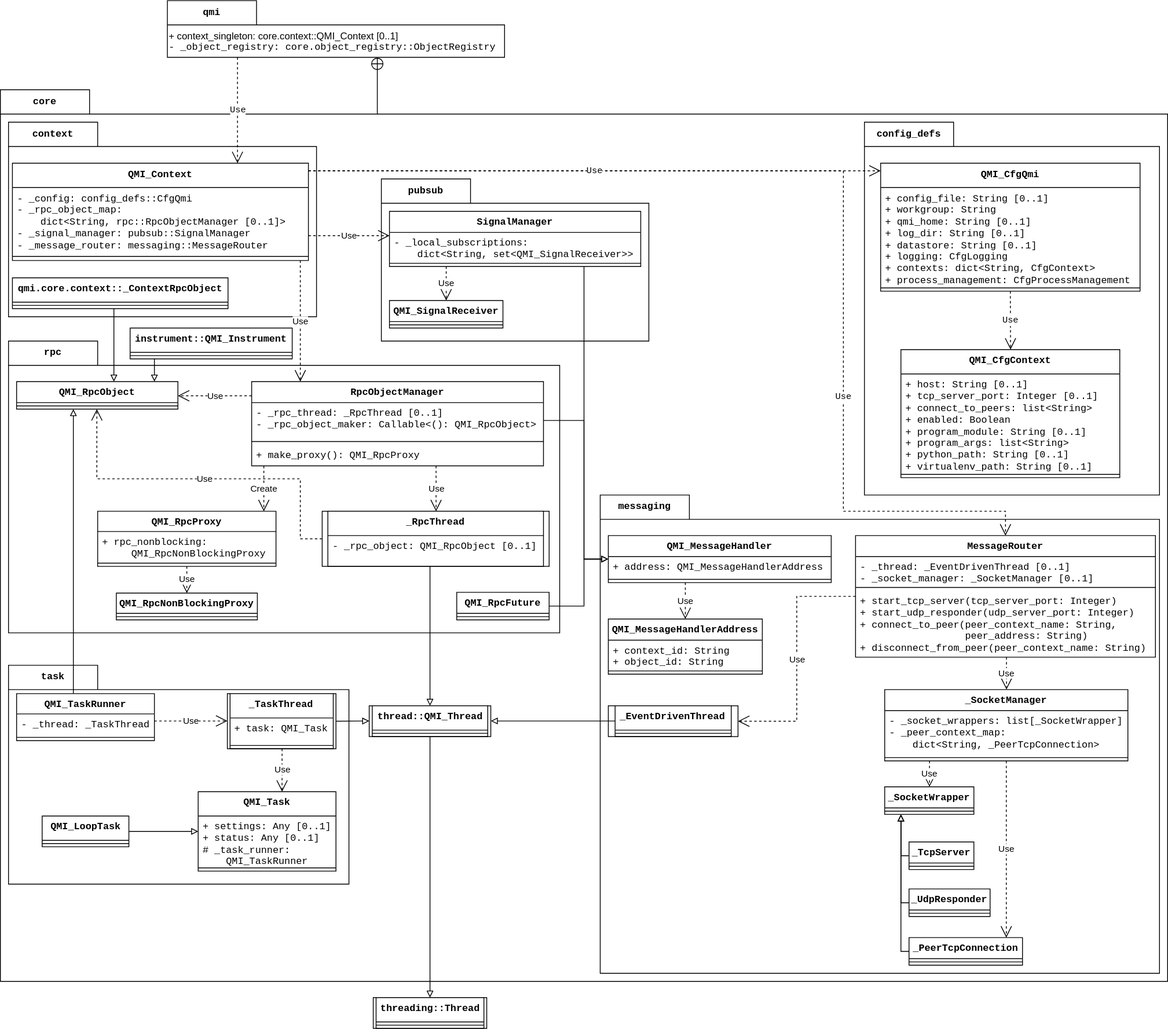
QuTech-Delft/QMI keeps this draw.io diagram as documentation/sphinx/source/images/class_diagram_main.drawio.svg. Above is the earlier version. Source tidied: cells renumbered, new cells last; positions are measured from the earlier drawing's top-left corner, leaving out a move shared by most shapes.
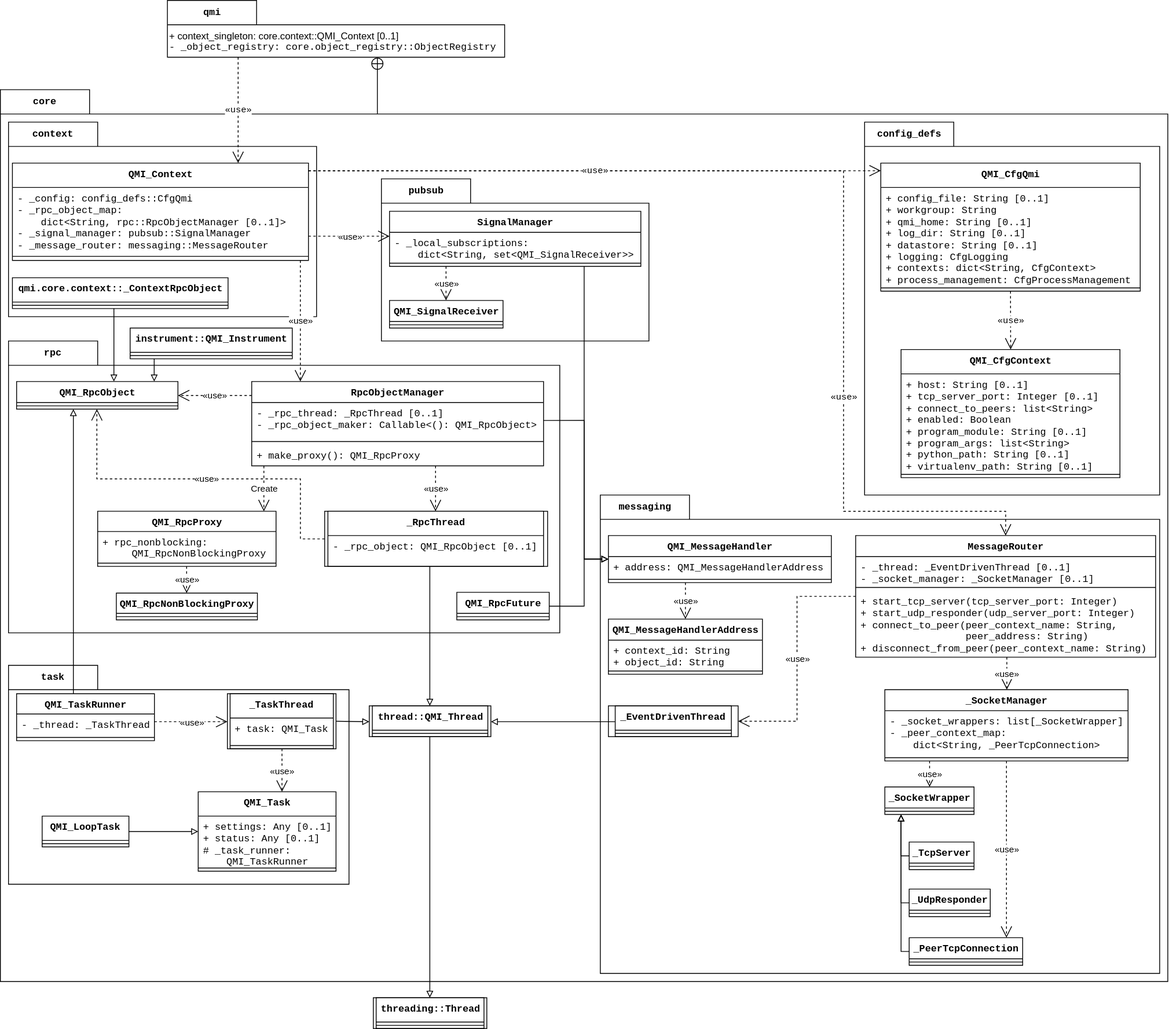
After the commit.

The edit, as a diff of the source:
```diff
@@ -76,7 +76,7 @@
       </mxGeometry>
     </mxCell>
     <mxCell id="20" value="Classes" parent="0" />
-    <mxCell id="21" value="Use" style="endArrow=open;endSize=12;dashed=1;html=1;rounded=0;edgeStyle=elbowEdgeStyle;fontFamily=Courier New;" parent="20" edge="1" source="5" target="84">
+    <mxCell id="21" value="«use»" style="endArrow=open;endSize=12;dashed=1;html=1;rounded=0;edgeStyle=elbowEdgeStyle;fontFamily=Courier New;" parent="20" edge="1" source="5" target="84">
       <mxGeometry relative="1" as="geometry" />
     </mxCell>
     <mxCell id="22" value="&lt;div&gt;QMI_RpcObject&lt;/div&gt;" style="swimlane;fontStyle=1;align=center;verticalAlign=top;horizontal=1;startSize=26;whiteSpace=wrap;html=1;fontFamily=Courier New;" parent="20" vertex="1">
@@ -267,7 +267,7 @@
     <mxCell id="82" style="line;strokeWidth=1;fillColor=none;align=left;verticalAlign=middle;spacingTop=-1;spacingLeft=3;spacingRight=3;labelPosition=right;strokeColor=inherit;html=1;fontFamily=Courier New;" parent="80" vertex="1">
       <mxGeometry y="150" width="270" height="8" as="geometry" />
     </mxCell>
-    <mxCell id="83" value="Use" style="endArrow=open;endSize=12;dashed=1;html=1;rounded=0;exitX=0.5;exitY=1;exitDx=0;exitDy=0;edgeStyle=elbowEdgeStyle;fontFamily=Courier New;" parent="76" edge="1" source="77" target="80">
+    <mxCell id="83" value="«use»" style="endArrow=open;endSize=12;dashed=1;html=1;rounded=0;exitX=0.5;exitY=1;exitDx=0;exitDy=0;edgeStyle=elbowEdgeStyle;fontFamily=Courier New;" parent="76" edge="1" source="77" target="80">
       <mxGeometry relative="1" as="geometry" />
     </mxCell>
     <mxCell id="84" value="&lt;div&gt;QMI_Context&lt;/div&gt;" style="swimlane;fontStyle=1;align=center;verticalAlign=top;horizontal=1;startSize=30;whiteSpace=wrap;html=1;fontFamily=Courier New;" parent="20" vertex="1">
@@ -297,20 +297,20 @@
     <mxCell id="92" value="+ make_proxy(): QMI_RpcProxy" style="text;strokeColor=none;fillColor=none;align=left;verticalAlign=top;spacingLeft=4;spacingRight=4;overflow=hidden;whiteSpace=wrap;html=1;fontFamily=Courier New;" parent="89" vertex="1">
       <mxGeometry y="78" width="360" height="26" as="geometry" />
     </mxCell>
-    <mxCell id="93" value="Use" style="endArrow=open;endSize=12;dashed=1;html=1;rounded=0;edgeStyle=elbowEdgeStyle;" parent="20" edge="1" source="89" target="98">
+    <mxCell id="93" value="«use»" style="endArrow=open;endSize=12;dashed=1;html=1;rounded=0;edgeStyle=elbowEdgeStyle;" parent="20" edge="1" source="89" target="98">
       <mxGeometry relative="1" as="geometry" />
     </mxCell>
-    <mxCell id="94" value="Use" style="endArrow=open;endSize=12;dashed=1;html=1;rounded=0;edgeStyle=elbowEdgeStyle;elbow=vertical;" parent="20" edge="1" source="89" target="22">
+    <mxCell id="94" value="«use»" style="endArrow=open;endSize=12;dashed=1;html=1;rounded=0;edgeStyle=elbowEdgeStyle;elbow=vertical;" parent="20" edge="1" source="89" target="22">
       <mxGeometry relative="1" as="geometry" />
     </mxCell>
     <mxCell id="95" style="group;" parent="20" vertex="1">
       <mxGeometry x="397" y="630" width="280" height="68" as="geometry" />
     </mxCell>
     <mxCell id="96" style="group;" parent="95" vertex="1">
-      <mxGeometry width="280" height="68" as="geometry" />
+      <mxGeometry x="3" width="275" height="68" as="geometry" />
     </mxCell>
     <mxCell id="97" style="rounded=0;whiteSpace=wrap;html=1;" parent="96" vertex="1">
-      <mxGeometry width="280" height="68" as="geometry" />
+      <mxGeometry width="275" height="68" as="geometry" />
     </mxCell>
     <mxCell id="98" value="&lt;div&gt;_RpcThread&lt;/div&gt;" style="swimlane;fontStyle=1;align=center;verticalAlign=top;horizontal=1;startSize=30;whiteSpace=wrap;html=1;fontFamily=Courier New;perimeter=rectanglePerimeter;" parent="95" vertex="1">
       <mxGeometry x="7" width="266" height="68" as="geometry" />
@@ -324,10 +324,10 @@
     <mxCell id="101" value="Create" style="endArrow=open;endSize=12;dashed=1;html=1;rounded=0;edgeStyle=elbowEdgeStyle;" parent="20" edge="1" source="89" target="26">
       <mxGeometry relative="1" as="geometry" />
     </mxCell>
-    <mxCell id="102" value="Use" style="endArrow=open;endSize=12;dashed=1;html=1;rounded=0;edgeStyle=elbowEdgeStyle;" parent="20" edge="1" source="26" target="29">
+    <mxCell id="102" value="«use»" style="endArrow=open;endSize=12;dashed=1;html=1;rounded=0;edgeStyle=elbowEdgeStyle;" parent="20" edge="1" source="26" target="29">
       <mxGeometry relative="1" as="geometry" />
     </mxCell>
-    <mxCell id="103" value="Use" style="endArrow=open;endSize=12;dashed=1;html=1;rounded=0;edgeStyle=orthogonalEdgeStyle;" parent="20" edge="1" source="97" target="22">
+    <mxCell id="103" value="«use»" style="endArrow=open;endSize=12;dashed=1;html=1;rounded=0;edgeStyle=orthogonalEdgeStyle;" parent="20" edge="1" source="97" target="22">
       <mxGeometry relative="1" as="geometry">
         <Array as="points">
           <mxPoint x="370" y="664" />
@@ -336,20 +336,20 @@
         </Array>
       </mxGeometry>
     </mxCell>
-    <mxCell id="104" value="Use" style="endArrow=open;endSize=12;dashed=1;html=1;rounded=0;edgeStyle=elbowEdgeStyle;" parent="20" edge="1" source="84" target="89">
+    <mxCell id="104" value="«use»" style="endArrow=open;endSize=12;dashed=1;html=1;rounded=0;edgeStyle=elbowEdgeStyle;" parent="20" edge="1" source="84" target="89">
       <mxGeometry relative="1" as="geometry">
         <Array as="points">
           <mxPoint x="370" y="395" />
         </Array>
       </mxGeometry>
     </mxCell>
-    <mxCell id="105" value="Use" style="endArrow=open;endSize=12;dashed=1;html=1;rounded=0;edgeStyle=elbowEdgeStyle;" parent="20" edge="1" source="48" target="51">
+    <mxCell id="105" value="«use»" style="endArrow=open;endSize=12;dashed=1;html=1;rounded=0;edgeStyle=elbowEdgeStyle;" parent="20" edge="1" source="48" target="51">
       <mxGeometry relative="1" as="geometry" />
     </mxCell>
-    <mxCell id="106" value="Use" style="endArrow=open;endSize=12;dashed=1;html=1;rounded=0;edgeStyle=elbowEdgeStyle;elbow=vertical;" parent="20" edge="1" source="84" target="48">
+    <mxCell id="106" value="«use»" style="endArrow=open;endSize=12;dashed=1;html=1;rounded=0;edgeStyle=elbowEdgeStyle;elbow=vertical;" parent="20" edge="1" source="84" target="48">
       <mxGeometry relative="1" as="geometry" />
     </mxCell>
-    <mxCell id="107" value="Use" style="endArrow=open;endSize=12;dashed=1;html=1;rounded=0;edgeStyle=elbowEdgeStyle;" parent="20" edge="1" source="68" target="71">
+    <mxCell id="107" value="«use»" style="endArrow=open;endSize=12;dashed=1;html=1;rounded=0;edgeStyle=elbowEdgeStyle;" parent="20" edge="1" source="68" target="71">
       <mxGeometry relative="1" as="geometry" />
     </mxCell>
     <mxCell id="108" style="endArrow=block;html=1;endFill=0;edgeStyle=orthogonalEdgeStyle;elbow=vertical;rounded=0;entryX=0;entryY=0.5;entryDx=0;entryDy=0;exitX=1;exitY=0.5;exitDx=0;exitDy=0;" parent="20" edge="1" source="74" target="68">
@@ -375,7 +375,7 @@
         </Array>
       </mxGeometry>
     </mxCell>
-    <mxCell id="111" value="Use" style="endArrow=open;endSize=12;dashed=1;html=1;rounded=0;edgeStyle=orthogonalEdgeStyle;fontFamily=Courier New;elbow=vertical;entryX=0.5;entryY=0;entryDx=0;entryDy=0;" parent="20" edge="1" source="84" target="53">
+    <mxCell id="111" value="«use»" style="endArrow=open;endSize=12;dashed=1;html=1;rounded=0;edgeStyle=orthogonalEdgeStyle;fontFamily=Courier New;elbow=vertical;entryX=0.5;entryY=0;entryDx=0;entryDy=0;" parent="20" edge="1" source="84" target="53">
       <mxGeometry x="0.43" relative="1" as="geometry">
         <Array as="points">
           <mxPoint x="1040" y="210" />
@@ -384,7 +384,7 @@
         </Array>
       </mxGeometry>
     </mxCell>
-    <mxCell id="112" value="Use" style="endArrow=open;endSize=12;dashed=1;html=1;rounded=0;edgeStyle=elbowEdgeStyle;fontFamily=Courier New;elbow=vertical;" parent="20" edge="1" source="84" target="77">
+    <mxCell id="112" value="«use»" style="endArrow=open;endSize=12;dashed=1;html=1;rounded=0;edgeStyle=elbowEdgeStyle;fontFamily=Courier New;elbow=vertical;" parent="20" edge="1" source="84" target="77">
       <mxGeometry relative="1" as="geometry">
         <Array as="points">
           <mxPoint x="636" y="210" />
@@ -403,7 +403,7 @@
     <mxCell id="116" style="line;strokeWidth=1;fillColor=none;align=left;verticalAlign=middle;spacingTop=-1;spacingLeft=3;spacingRight=3;labelPosition=right;strokeColor=inherit;html=1;fontFamily=Courier New;" parent="115" vertex="1">
       <mxGeometry y="30" width="143.2" height="8" as="geometry" />
     </mxCell>
-    <mxCell id="117" value="Use" style="endArrow=open;endSize=12;dashed=1;html=1;rounded=0;edgeStyle=elbowEdgeStyle;entryX=1;entryY=0.5;entryDx=0;entryDy=0;" parent="20" edge="1" source="53" target="114">
+    <mxCell id="117" value="«use»" style="endArrow=open;endSize=12;dashed=1;html=1;rounded=0;edgeStyle=elbowEdgeStyle;entryX=1;entryY=0.5;entryDx=0;entryDy=0;" parent="20" edge="1" source="53" target="114">
       <mxGeometry relative="1" as="geometry" />
     </mxCell>
     <mxCell id="118" style="endArrow=block;html=1;endFill=0;edgeStyle=elbowEdgeStyle;rounded=0;" parent="20" edge="1" source="64" target="60">
@@ -427,17 +427,17 @@
         </Array>
       </mxGeometry>
     </mxCell>
-    <mxCell id="121" value="Use" style="endArrow=open;endSize=12;dashed=1;html=1;rounded=0;edgeStyle=elbowEdgeStyle;" parent="20" edge="1" source="57" target="60">
+    <mxCell id="121" value="«use»" style="endArrow=open;endSize=12;dashed=1;html=1;rounded=0;edgeStyle=elbowEdgeStyle;" parent="20" edge="1" source="57" target="60">
       <mxGeometry relative="1" as="geometry" />
     </mxCell>
-    <mxCell id="122" value="Use" style="endArrow=open;endSize=12;dashed=1;html=1;rounded=0;edgeStyle=elbowEdgeStyle;" parent="20" edge="1" source="57" target="66">
+    <mxCell id="122" value="«use»" style="endArrow=open;endSize=12;dashed=1;html=1;rounded=0;edgeStyle=elbowEdgeStyle;" parent="20" edge="1" source="57" target="66">
       <mxGeometry relative="1" as="geometry">
         <Array as="points">
           <mxPoint x="1241" y="1030" />
         </Array>
       </mxGeometry>
     </mxCell>
-    <mxCell id="123" value="Use" style="endArrow=open;endSize=12;dashed=1;html=1;rounded=0;edgeStyle=elbowEdgeStyle;" parent="20" edge="1" source="53" target="57">
+    <mxCell id="123" value="«use»" style="endArrow=open;endSize=12;dashed=1;html=1;rounded=0;edgeStyle=elbowEdgeStyle;" parent="20" edge="1" source="53" target="57">
       <mxGeometry relative="1" as="geometry" />
     </mxCell>
     <mxCell id="124" style="endArrow=block;html=1;endFill=0;edgeStyle=elbowEdgeStyle;rounded=0;" parent="20" edge="1" source="42" target="46">
@@ -463,7 +463,7 @@
         </Array>
       </mxGeometry>
     </mxCell>
-    <mxCell id="130" value="Use" style="endArrow=open;endSize=12;dashed=1;html=1;rounded=0;edgeStyle=elbowEdgeStyle;elbow=vertical;entryX=0;entryY=0.5;entryDx=0;entryDy=0;" parent="20" edge="1" source="32" target="36">
+    <mxCell id="130" value="«use»" style="endArrow=open;endSize=12;dashed=1;html=1;rounded=0;edgeStyle=elbowEdgeStyle;elbow=vertical;entryX=0;entryY=0.5;entryDx=0;entryDy=0;" parent="20" edge="1" source="32" target="36">
       <mxGeometry relative="1" as="geometry" />
     </mxCell>
     <mxCell id="131" value="QMI_Task" style="swimlane;fontStyle=1;align=center;verticalAlign=top;horizontal=1;startSize=30;whiteSpace=wrap;html=1;fontFamily=Courier New;" parent="20" vertex="1">
@@ -484,7 +484,7 @@
     <mxCell id="136" style="endArrow=block;html=1;endFill=0;edgeStyle=elbowEdgeStyle;rounded=0;" parent="20" edge="1" source="134" target="131">
       <mxGeometry relative="1" as="geometry" />
     </mxCell>
-    <mxCell id="137" value="Use" style="endArrow=open;endSize=12;dashed=1;html=1;rounded=0;edgeStyle=elbowEdgeStyle;" parent="20" edge="1" source="37" target="131">
+    <mxCell id="137" value="«use»" style="endArrow=open;endSize=12;dashed=1;html=1;rounded=0;edgeStyle=elbowEdgeStyle;" parent="20" edge="1" source="37" target="131">
       <mxGeometry relative="1" as="geometry" />
     </mxCell>
   </root>
```
